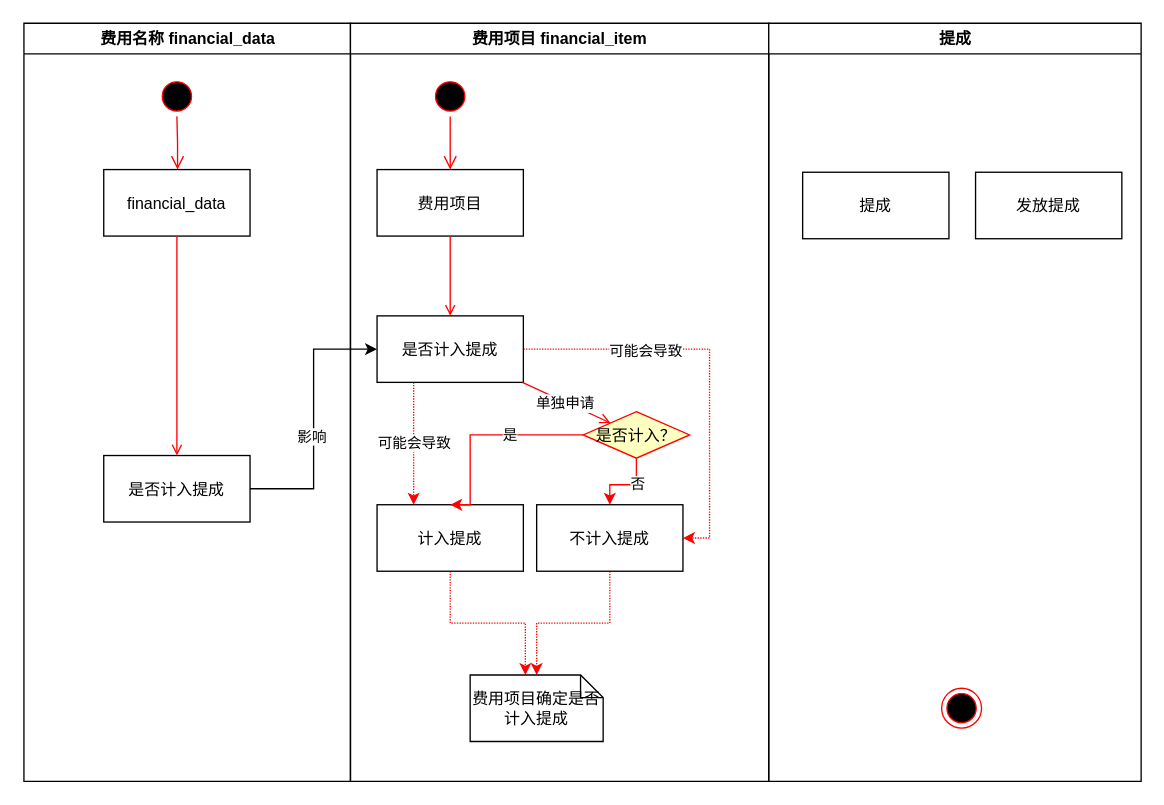
This is 业务员提成.drawio from gongyao1992/draw, a draw.io file, before an edit. Source tidied: cells renumbered, new cells numbered last; positions are measured from the earlier drawing's top-left corner, leaving out a move shared by most shapes. Both pictures are drawn from the tidied source at 133%, with x=0, y=0 at pixel (23, 23).
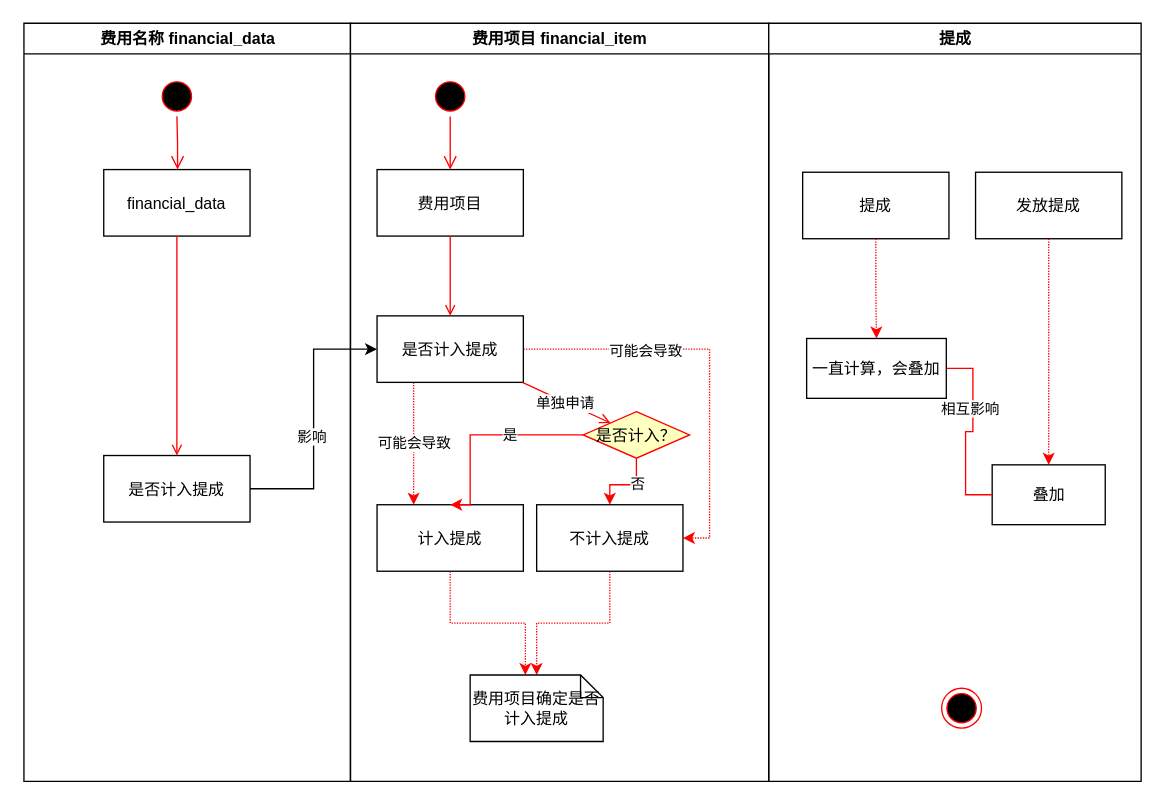
The same page after the edit.

Commit message:
更新业务员提成.drawio

The change refers to these unchanged cells:
```xml
<mxCell id="27" value="提成" style="swimlane;whiteSpace=wrap;" parent="1" vertex="1">
  <mxGeometry x="560.5" width="280" height="570" as="geometry" />
</mxCell>
<mxCell id="29" value="提成" parent="27" vertex="1">
  <mxGeometry x="25.5" y="112" width="110" height="50" as="geometry" />
</mxCell>
<mxCell id="30" value="发放提成" parent="27" vertex="1">
  <mxGeometry x="155.5" y="112" width="110" height="50" as="geometry" />
</mxCell>
```

Diff of the diagram source:
```diff
@@
+    <mxCell id="33" value="叠加" style="whiteSpace=wrap;html=1;" parent="27" vertex="1">
+      <mxGeometry x="168" y="332" width="85" height="45" as="geometry" />
+    </mxCell>
+    <mxCell id="34" style="edgeStyle=orthogonalEdgeStyle;rounded=0;jettySize=auto;html=1;dashed=1;dashPattern=1 1;strokeColor=#FF0000;" parent="27" edge="1" source="30" target="33">
+      <mxGeometry relative="1" as="geometry" />
+    </mxCell>
@@
+    <mxCell id="35" style="edgeStyle=orthogonalEdgeStyle;rounded=0;jettySize=auto;html=1;exitX=1;exitY=0.5;exitDx=0;exitDy=0;entryX=0;entryY=0.5;entryDx=0;entryDy=0;strokeColor=#FF0000;endArrow=none;endFill=0;" parent="1" edge="1" source="37" target="33">
+      <mxGeometry relative="1" as="geometry" />
+    </mxCell>
+    <mxCell id="36" value="相互影响" style="edgeLabel;html=1;align=center;verticalAlign=middle;" parent="35" vertex="1">
+      <mxGeometry x="-0.29" y="-3" relative="1" as="geometry" />
+    </mxCell>
+    <mxCell id="37" value="一直计算，会叠加" style="whiteSpace=wrap;html=1;" parent="1" vertex="1">
+      <mxGeometry x="589" y="237" width="105" height="45" as="geometry" />
+    </mxCell>
+    <mxCell id="38" style="edgeStyle=orthogonalEdgeStyle;rounded=0;jettySize=auto;html=1;dashed=1;dashPattern=1 1;strokeColor=#FF0000;" parent="1" edge="1" source="29" target="37">
+      <mxGeometry relative="1" as="geometry" />
+    </mxCell>
```
